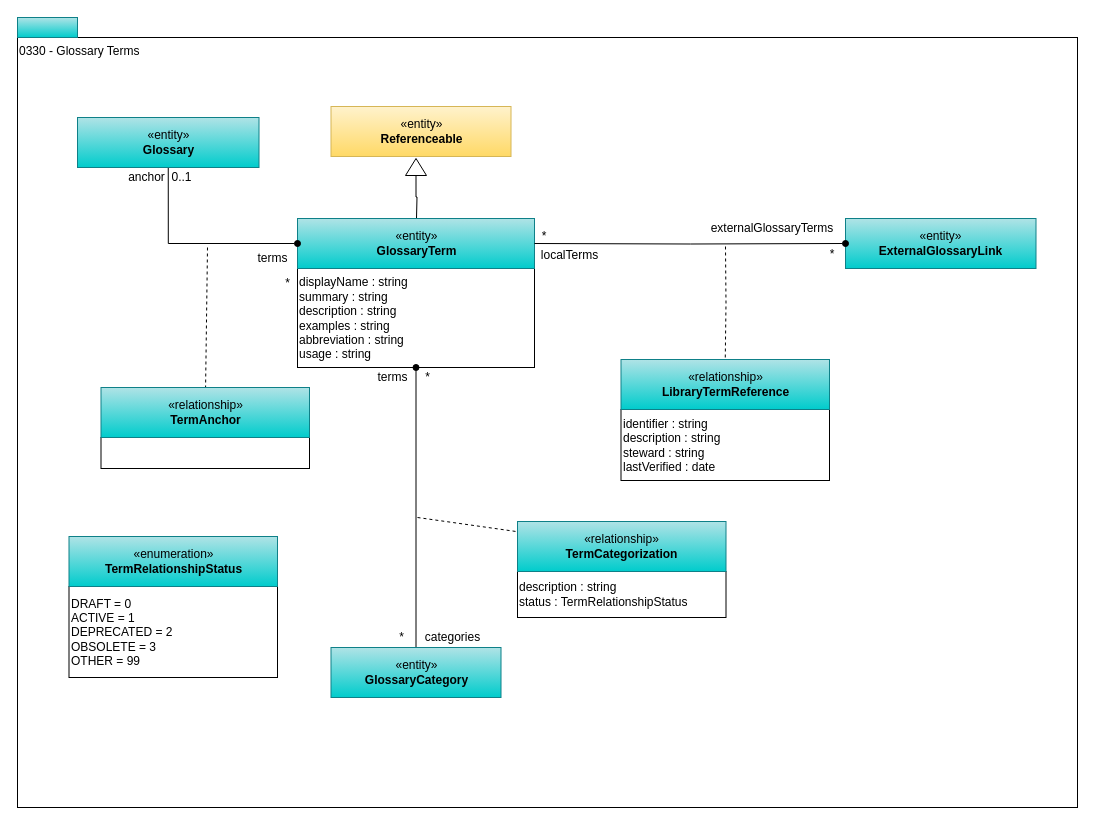
Above: page "0330-Terms" (4 of 14) of site/docs/types/3/area-3-glossary.drawio in odpi/egeria-docs (draw.io), before the change. Source tidied: cells renumbered, new cells numbered last; positions are measured from the earlier drawing's top-left corner, leaving out a move shared by most shapes. Both pictures are drawn from the tidied source at 100%, with x=0, y=0 at pixel (17, 17).
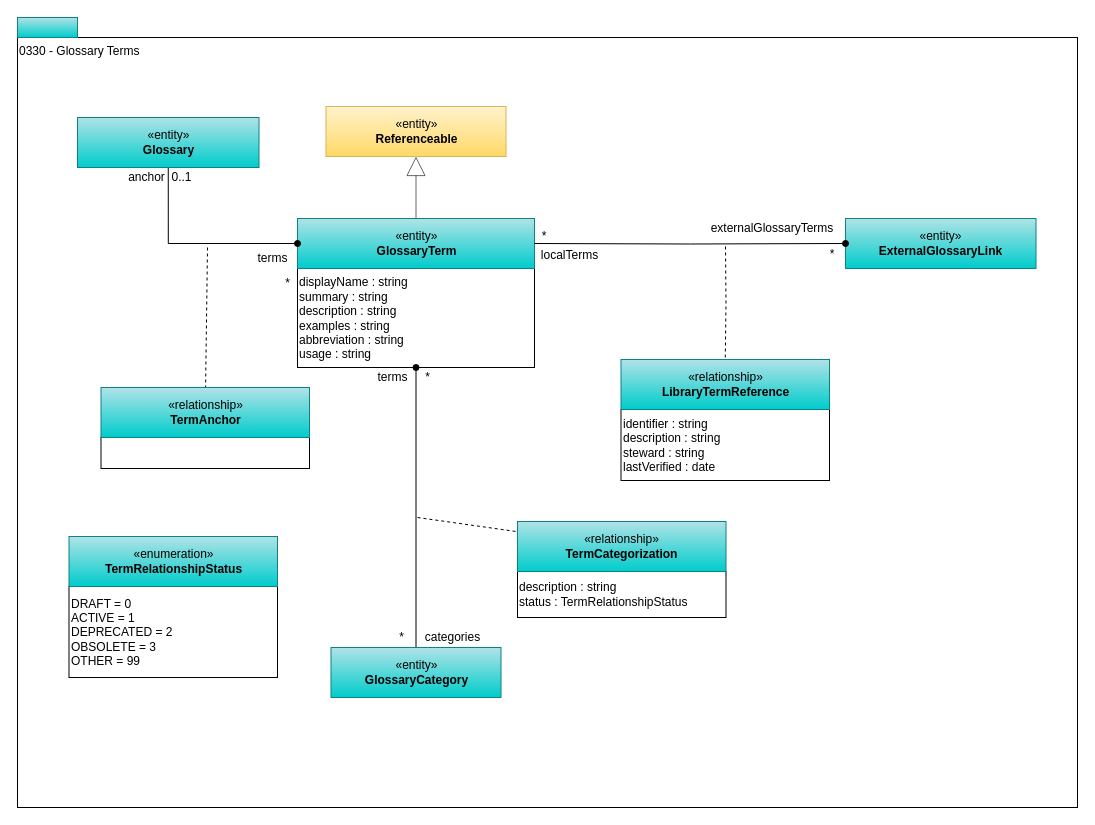
The same diagram, later.

Unchanged cells that the change refers to:
```xml
<mxCell id="8" value="«entity»&lt;br&gt;&lt;b&gt;GlossaryTerm&lt;/b&gt;" style="html=1;strokeColor=#0e8088;align=center;fillColor=#b0e3e6;gradientColor=#00CCCC;" parent="1" vertex="1">
  <mxGeometry x="280" y="201" width="237" height="50" as="geometry" />
</mxCell>
```

Diff of the diagram source:
```diff
@@
     <mxCell id="3" value="«entity»&lt;br&gt;&lt;b&gt;Referenceable&lt;/b&gt;" style="html=1;strokeColor=#d6b656;align=center;fillColor=#fff2cc;gradientColor=#ffd966;" parent="1" vertex="1">
-      <mxGeometry x="313.5" y="89" width="180" height="50" as="geometry" />
+      <mxGeometry x="308.5" y="89" width="180" height="50" as="geometry" />
     </mxCell>
-    <mxCell id="4" style="edgeStyle=orthogonalEdgeStyle;rounded=0;html=1;exitX=0;exitY=0.5;entryX=0.5;entryY=0;jettySize=auto;endArrow=none;endFill=0;" parent="1" edge="1" source="5">
-      <mxGeometry relative="1" as="geometry">
-        <mxPoint x="399" y="201" as="targetPoint" />
-      </mxGeometry>
-    </mxCell>
-    <mxCell id="5" style="triangle;whiteSpace=wrap;html=1;strokeColor=#000000;gradientColor=#ffffff;align=center;rotation=-90;" parent="1" vertex="1">
-      <mxGeometry x="390" y="139" width="17" height="21" as="geometry" />
-    </mxCell>
@@
+    <mxCell id="39" style="edgeStyle=orthogonalEdgeStyle;rounded=0;jettySize=auto;html=1;exitX=0.5;exitY=0;exitDx=0;exitDy=0;endArrow=block;endFill=0;opacity=60;endSize=17;" parent="1" edge="1" source="8" target="3">
+      <mxGeometry relative="1" as="geometry" />
+    </mxCell>
```
